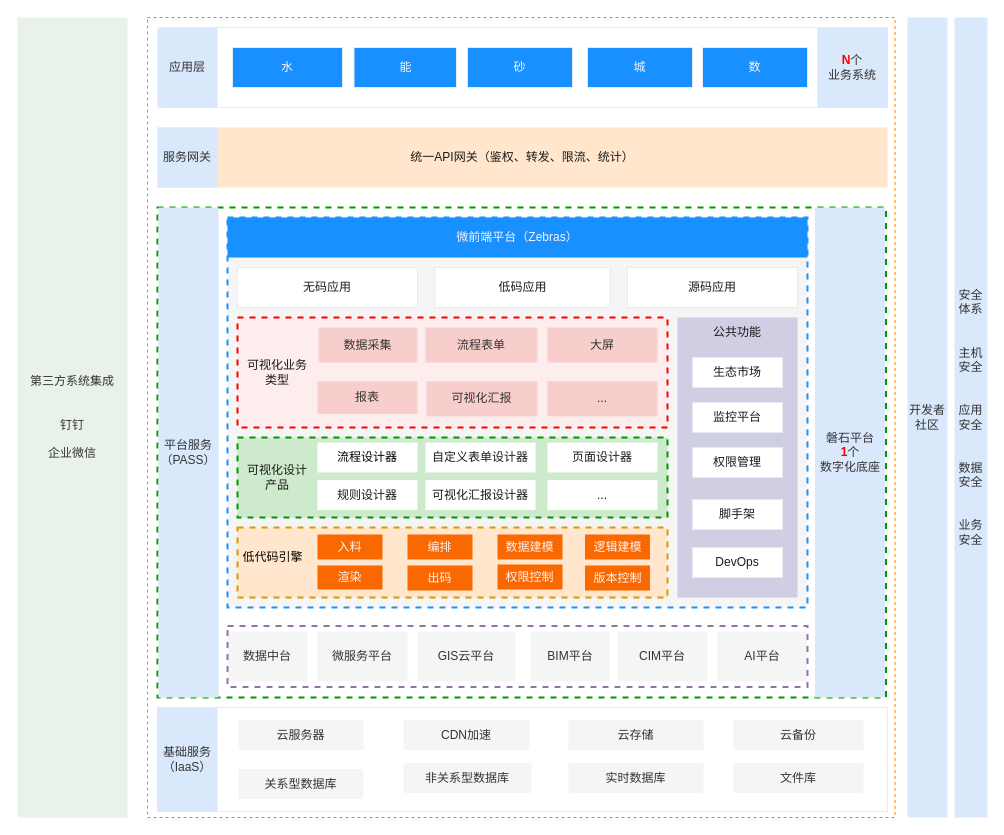
Before: 低代码——整体架构图.drawio in tangyaosimida/love, a draw.io diagram. Source tidied: cells renumbered, new cells numbered last; positions are measured from the earlier drawing's top-left corner, leaving out a move shared by most shapes. Both pictures are drawn from the tidied source at 100%, with x=0, y=0 at pixel (17, 17).
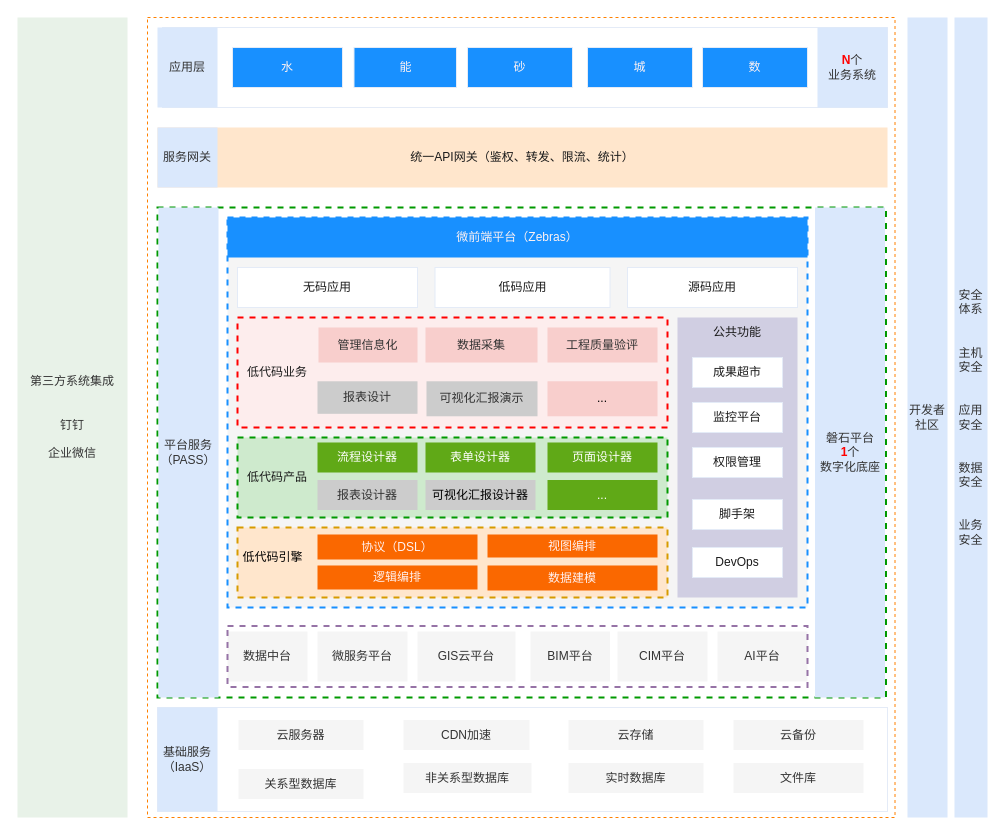
The same page after the edit.

Commit message:
更新低代码——整体架构图.drawio

The edit, as a diff of the source:
```diff
@@
-    <mxCell id="28" value="生态市场" style="rounded=0;whiteSpace=wrap;html=1;strokeColor=#E4EBF7;fontColor=#1A1A1A;" parent="1" vertex="1">
+    <mxCell id="28" value="成果超市" style="rounded=0;whiteSpace=wrap;html=1;strokeColor=#E4EBF7;fontColor=#1A1A1A;" parent="1" vertex="1">
       <mxGeometry x="675" y="340" width="90" height="30" as="geometry" />
     </mxCell>
@@
-    <mxCell id="36" value="自定义表单设计器" style="text;html=1;align=center;verticalAlign=middle;whiteSpace=wrap;rounded=0;strokeColor=none;fontColor=#1A1A1A;fillColor=default;" parent="1" vertex="1">
+    <mxCell id="36" value="表单设计器" style="text;html=1;align=center;verticalAlign=middle;whiteSpace=wrap;rounded=0;strokeColor=none;fontColor=#ffffff;fillColor=#60a917;" parent="1" vertex="1">
       <mxGeometry x="408" y="425" width="110" height="30" as="geometry" />
     </mxCell>
-    <mxCell id="37" value="页面设计器" style="text;html=1;align=center;verticalAlign=middle;whiteSpace=wrap;rounded=0;strokeColor=none;fontColor=#1A1A1A;fillColor=default;gradientColor=none;" parent="1" vertex="1">
+    <mxCell id="37" value="页面设计器" style="text;html=1;align=center;verticalAlign=middle;whiteSpace=wrap;rounded=0;strokeColor=none;fontColor=#ffffff;fillColor=#60a917;" parent="1" vertex="1">
       <mxGeometry x="530" y="425" width="110" height="30" as="geometry" />
     </mxCell>
@@
-    <mxCell id="43" value="流程设计器" style="text;html=1;align=center;verticalAlign=middle;whiteSpace=wrap;rounded=0;fillColor=default;" parent="1" vertex="1">
+    <mxCell id="43" value="流程设计器" style="text;html=1;align=center;verticalAlign=middle;whiteSpace=wrap;rounded=0;fillColor=#60a917;fontColor=#ffffff;strokeColor=none;" parent="1" vertex="1">
       <mxGeometry x="300" y="425" width="100" height="30" as="geometry" />
     </mxCell>
-    <mxCell id="44" value="入料" style="text;html=1;align=center;verticalAlign=middle;whiteSpace=wrap;rounded=0;strokeColor=none;fillColor=#fa6800;fontColor=#FFF2F2;" parent="1" vertex="1">
-      <mxGeometry x="300" y="517" width="65" height="25" as="geometry" />
+    <mxCell id="44" value="协议（DSL）" style="text;html=1;align=center;verticalAlign=middle;whiteSpace=wrap;rounded=0;strokeColor=none;fillColor=#fa6800;fontColor=#FFF2F2;" parent="1" vertex="1">
+      <mxGeometry x="300" y="517" width="160" height="25" as="geometry" />
     </mxCell>
-    <mxCell id="45" value="报表" style="rounded=0;whiteSpace=wrap;html=1;strokeColor=none;fillColor=#f8cecc;fontColor=#333333;" parent="1" vertex="1">
+    <mxCell id="45" value="报表设计" style="rounded=0;whiteSpace=wrap;html=1;strokeColor=none;fillColor=#CCCCCC;fontColor=#333333;" parent="1" vertex="1">
       <mxGeometry x="300" y="363.8" width="100" height="32.5" as="geometry" />
     </mxCell>
-    <mxCell id="46" value="可视化汇报" style="rounded=0;whiteSpace=wrap;html=1;strokeColor=none;fillColor=#f8cecc;fontColor=#333333;" parent="1" vertex="1">
+    <mxCell id="46" value="可视化汇报演示" style="rounded=0;whiteSpace=wrap;html=1;strokeColor=none;fillColor=#CCCCCC;fontColor=#333333;" parent="1" vertex="1">
       <mxGeometry x="409" y="363.8" width="111" height="35" as="geometry" />
     </mxCell>
-    <mxCell id="47" value="数据采集" style="rounded=0;whiteSpace=wrap;html=1;strokeColor=none;fillColor=#f8cecc;fontColor=#333333;" parent="1" vertex="1">
+    <mxCell id="47" value="管理信息化" style="rounded=0;whiteSpace=wrap;html=1;strokeColor=none;fillColor=#f8cecc;fontColor=#333333;" parent="1" vertex="1">
       <mxGeometry x="301" y="310" width="99" height="35" as="geometry" />
     </mxCell>
-    <mxCell id="48" value="流程表单" style="rounded=0;whiteSpace=wrap;html=1;strokeColor=none;fillColor=#f8cecc;fontColor=#333333;" parent="1" vertex="1">
+    <mxCell id="48" value="数据采集" style="rounded=0;whiteSpace=wrap;html=1;strokeColor=none;fillColor=#f8cecc;fontColor=#333333;" parent="1" vertex="1">
       <mxGeometry x="408" y="310" width="112" height="35" as="geometry" />
     </mxCell>
-    <mxCell id="49" value="大屏" style="rounded=0;whiteSpace=wrap;html=1;strokeColor=none;fillColor=#f8cecc;fontColor=#333333;" parent="1" vertex="1">
+    <mxCell id="49" value="工程质量验评" style="rounded=0;whiteSpace=wrap;html=1;strokeColor=none;fillColor=#f8cecc;fontColor=#333333;" parent="1" vertex="1">
       <mxGeometry x="530" y="310" width="110" height="35" as="geometry" />
     </mxCell>
-    <mxCell id="50" value="可视化设计&lt;div&gt;产品&lt;/div&gt;" style="rounded=0;whiteSpace=wrap;html=1;strokeColor=none;fontColor=#1A1A1A;fillColor=none;" parent="1" vertex="1">
+    <mxCell id="50" value="&lt;span style=&quot;background-color: initial;&quot;&gt;低代码产品&lt;/span&gt;" style="rounded=0;whiteSpace=wrap;html=1;strokeColor=none;fontColor=#1A1A1A;fillColor=none;" parent="1" vertex="1">
       <mxGeometry x="220" y="420" width="80" height="80" as="geometry" />
     </mxCell>
-    <mxCell id="51" value="可视化汇报设计器" style="text;html=1;align=center;verticalAlign=middle;whiteSpace=wrap;rounded=0;strokeColor=none;fontColor=#1A1A1A;fillColor=default;gradientColor=none;" parent="1" vertex="1">
+    <mxCell id="51" value="可视化汇报设计器" style="text;html=1;align=center;verticalAlign=middle;whiteSpace=wrap;rounded=0;strokeColor=none;fillColor=#CCCCCC;" parent="1" vertex="1">
       <mxGeometry x="408" y="462.5" width="110" height="30" as="geometry" />
     </mxCell>
-    <mxCell id="52" value="..." style="text;html=1;align=center;verticalAlign=middle;whiteSpace=wrap;rounded=0;strokeColor=none;fontColor=#1A1A1A;fillColor=default;gradientColor=none;" parent="1" vertex="1">
+    <mxCell id="52" value="..." style="text;html=1;align=center;verticalAlign=middle;whiteSpace=wrap;rounded=0;strokeColor=none;fillColor=#60a917;fontColor=#ffffff;" parent="1" vertex="1">
       <mxGeometry x="530" y="462.5" width="110" height="30" as="geometry" />
     </mxCell>
@@
-    <mxCell id="57" value="可视化业务&lt;div&gt;类型&lt;/div&gt;" style="rounded=0;whiteSpace=wrap;html=1;strokeColor=none;fontColor=#1A1A1A;fillColor=none;" parent="1" vertex="1">
+    <mxCell id="57" value="低代码业务" style="rounded=0;whiteSpace=wrap;html=1;strokeColor=none;fontColor=#1A1A1A;fillColor=none;" parent="1" vertex="1">
       <mxGeometry x="220" y="300" width="80" height="110" as="geometry" />
     </mxCell>
-    <mxCell id="58" value="..." style="rounded=0;whiteSpace=wrap;html=1;strokeColor=none;fillColor=#f8cecc;fontColor=#333333;" parent="1" vertex="1">
+    <mxCell id="58" value="..." style="rounded=0;whiteSpace=wrap;html=1;strokeColor=none;fillColor=#f8cecc;" parent="1" vertex="1">
       <mxGeometry x="530" y="363.8" width="110" height="35" as="geometry" />
     </mxCell>
-    <mxCell id="59" value="规则设计器" style="text;html=1;align=center;verticalAlign=middle;whiteSpace=wrap;rounded=0;strokeColor=none;fontColor=#1A1A1A;fillColor=default;" parent="1" vertex="1">
+    <mxCell id="59" value="报表设计器" style="text;html=1;align=center;verticalAlign=middle;whiteSpace=wrap;rounded=0;fillColor=#CCCCCC;fontColor=#333333;strokeColor=none;" parent="1" vertex="1">
       <mxGeometry x="300" y="462.5" width="100" height="30" as="geometry" />
     </mxCell>
@@
-    <mxCell id="65" value="渲染" style="text;html=1;align=center;verticalAlign=middle;whiteSpace=wrap;rounded=0;strokeColor=none;fillColor=#fa6800;fontColor=#FFF2F2;" parent="1" vertex="1">
-      <mxGeometry x="300" y="548" width="65" height="24" as="geometry" />
+    <mxCell id="65" value="逻辑编排" style="text;html=1;align=center;verticalAlign=middle;whiteSpace=wrap;rounded=0;strokeColor=none;fillColor=#fa6800;fontColor=#FFF2F2;" parent="1" vertex="1">
+      <mxGeometry x="300" y="548" width="160" height="24" as="geometry" />
     </mxCell>
-    <mxCell id="66" value="编排" style="text;html=1;align=center;verticalAlign=middle;whiteSpace=wrap;rounded=0;strokeColor=none;fillColor=#fa6800;fontColor=#FFF2F2;" parent="1" vertex="1">
-      <mxGeometry x="390" y="517" width="65" height="25" as="geometry" />
+    <mxCell id="66" value="视图编排" style="text;html=1;align=center;verticalAlign=middle;whiteSpace=wrap;rounded=0;strokeColor=none;fillColor=#fa6800;fontColor=#FFF2F2;" parent="1" vertex="1">
+      <mxGeometry x="470" y="517" width="170" height="23" as="geometry" />
     </mxCell>
-    <mxCell id="67" value="出码" style="text;html=1;align=center;verticalAlign=middle;whiteSpace=wrap;rounded=0;strokeColor=none;fillColor=#fa6800;fontColor=#FFF2F2;" parent="1" vertex="1">
-      <mxGeometry x="390" y="548" width="65" height="25" as="geometry" />
+    <mxCell id="67" value="数据建模" style="text;html=1;align=center;verticalAlign=middle;whiteSpace=wrap;rounded=0;strokeColor=none;fillColor=#fa6800;fontColor=#FFF2F2;" parent="1" vertex="1">
+      <mxGeometry x="470" y="548" width="170" height="25" as="geometry" />
     </mxCell>
-    <mxCell id="68" value="数据建模" style="text;html=1;align=center;verticalAlign=middle;whiteSpace=wrap;rounded=0;strokeColor=none;fillColor=#fa6800;fontColor=#FFF2F2;" parent="1" vertex="1">
-      <mxGeometry x="480" y="517" width="65" height="25" as="geometry" />
-    </mxCell>
-    <mxCell id="69" value="逻辑建模" style="text;html=1;align=center;verticalAlign=middle;whiteSpace=wrap;rounded=0;strokeColor=none;fillColor=#fa6800;fontColor=#FFF2F2;" parent="1" vertex="1">
-      <mxGeometry x="567.5" y="517" width="65" height="25" as="geometry" />
-    </mxCell>
-    <mxCell id="70" value="权限控制" style="text;html=1;align=center;verticalAlign=middle;whiteSpace=wrap;rounded=0;strokeColor=none;fillColor=#fa6800;fontColor=#FFF2F2;" parent="1" vertex="1">
-      <mxGeometry x="480" y="547" width="65" height="25" as="geometry" />
-    </mxCell>
-    <mxCell id="71" value="版本控制" style="text;html=1;align=center;verticalAlign=middle;whiteSpace=wrap;rounded=0;strokeColor=none;fillColor=#fa6800;fontColor=#FFF2F2;" parent="1" vertex="1">
-      <mxGeometry x="567.5" y="548" width="65" height="25" as="geometry" />
-    </mxCell>
```
